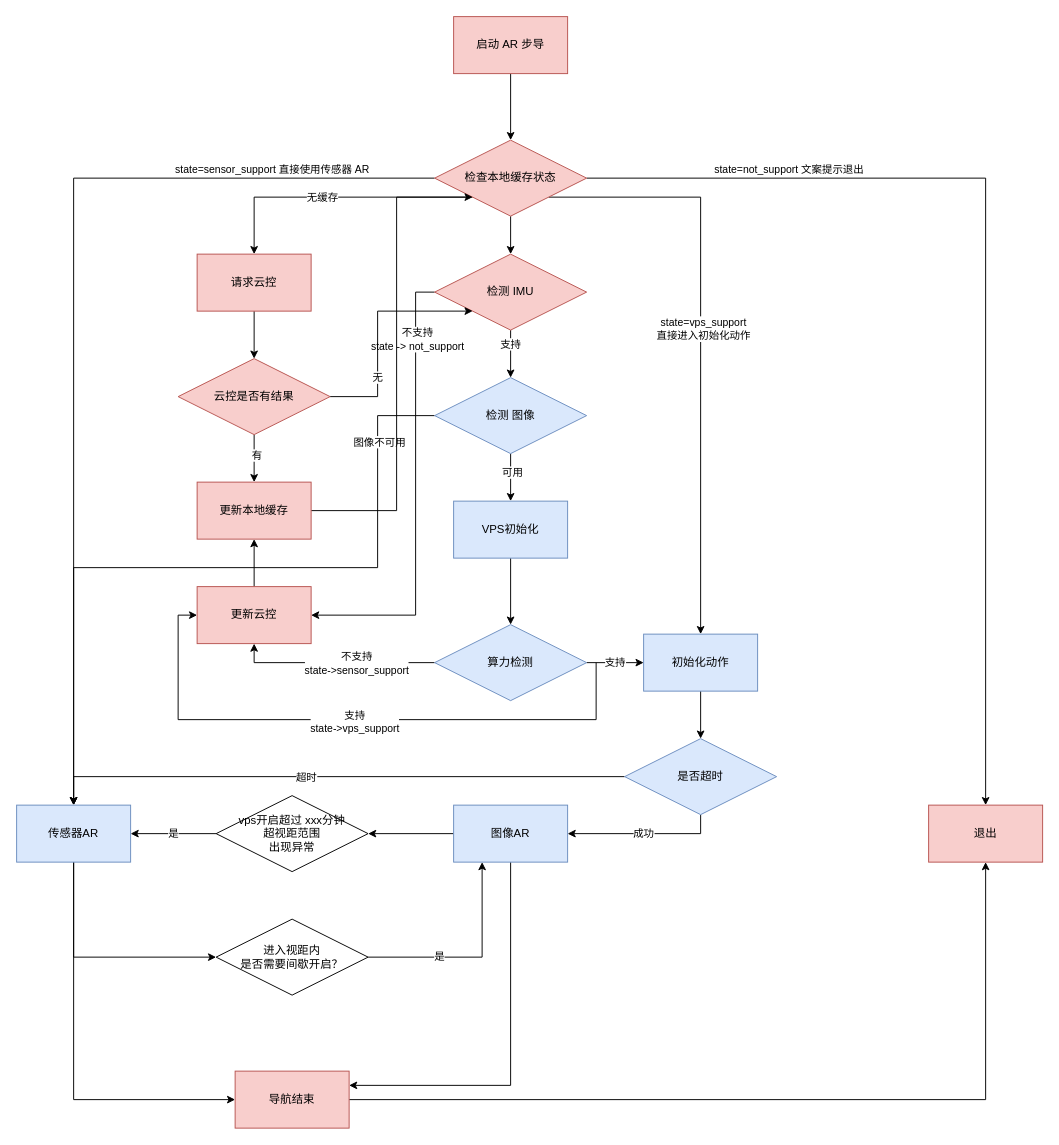
Before: page "Page-14" (14 of 14) of AR 客户端架构.drawio in wangziji/graphics, a draw.io diagram. Source tidied: cells renumbered, new cells numbered last; positions are measured from the earlier drawing's top-left corner, leaving out a move shared by most shapes. Both pictures are drawn from the tidied source at 95%, with x=0, y=0 at pixel (16, 16).
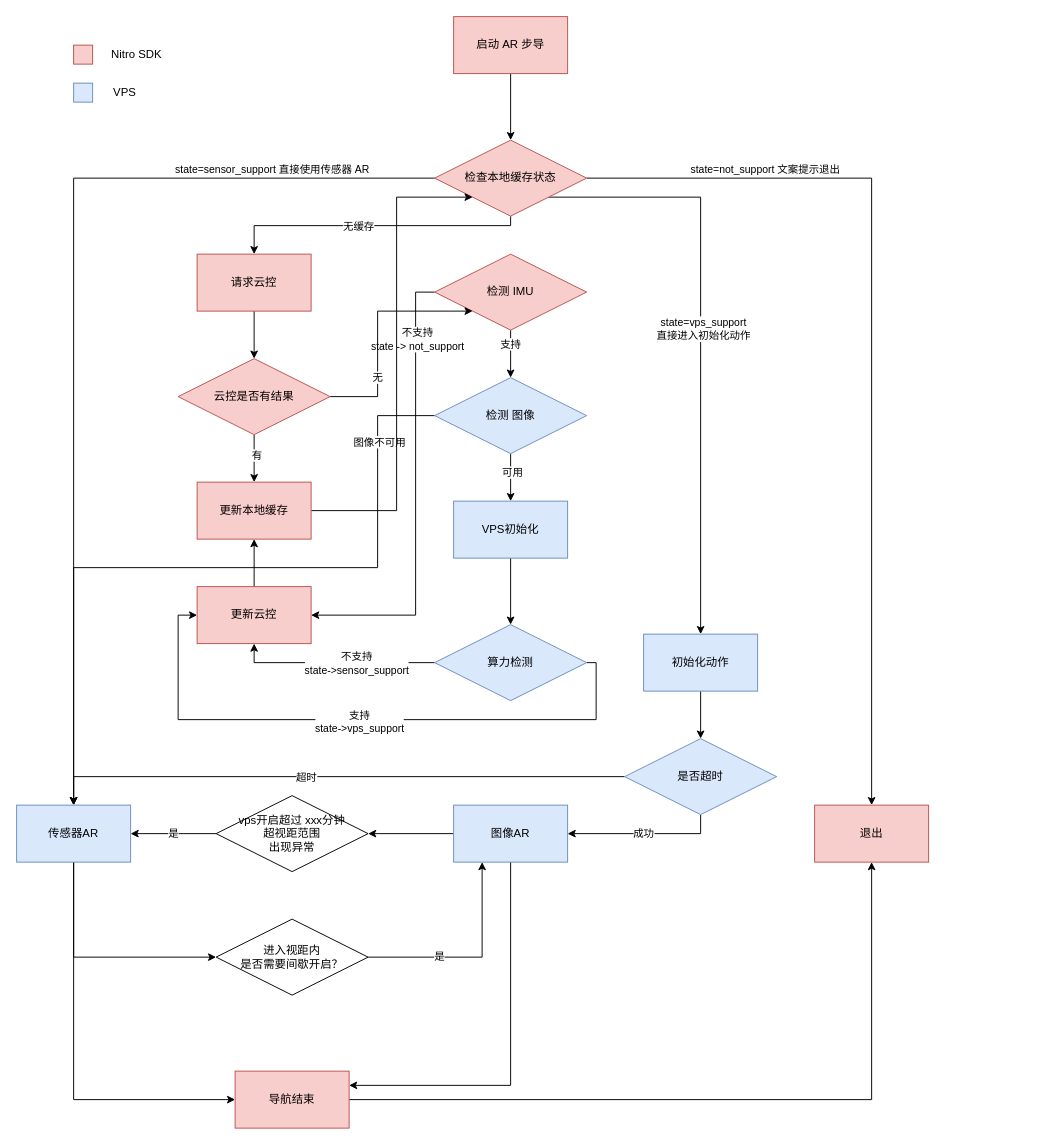
The same page after the edit.

Commit message:
Update AR 客户端架构.drawio

The change refers to these unchanged cells:
```xml
<mxCell id="13" value="检查本地缓存状态" style="rhombus;whiteSpace=wrap;html=1;fillColor=#f8cecc;strokeColor=#b85450;" parent="1" vertex="1">
  <mxGeometry x="440" y="130" width="160" height="80" as="geometry" />
</mxCell>
<mxCell id="18" value="检测 IMU" style="rhombus;whiteSpace=wrap;html=1;fillColor=#f8cecc;strokeColor=#b85450;" parent="1" vertex="1">
  <mxGeometry x="440" y="250" width="160" height="80" as="geometry" />
</mxCell>
<mxCell id="32" value="请求云控" style="rounded=0;whiteSpace=wrap;html=1;fillColor=#f8cecc;strokeColor=#b85450;" parent="1" vertex="1">
  <mxGeometry x="190" y="250" width="120" height="60" as="geometry" />
</mxCell>
<mxCell id="39" value="更新本地缓存" style="rounded=0;whiteSpace=wrap;html=1;fillColor=#f8cecc;strokeColor=#b85450;" parent="1" vertex="1">
  <mxGeometry x="190" y="490" width="120" height="60" as="geometry" />
</mxCell>
<mxCell id="41" value="更新云控" style="rounded=0;whiteSpace=wrap;html=1;fillColor=#f8cecc;strokeColor=#b85450;" parent="1" vertex="1">
  <mxGeometry x="190" y="600" width="120" height="60" as="geometry" />
</mxCell>
<mxCell id="49" value="算力检测" style="rhombus;whiteSpace=wrap;html=1;fillColor=#dae8fc;strokeColor=#6c8ebf;" parent="1" vertex="1">
  <mxGeometry x="440" y="640" width="160" height="80" as="geometry" />
</mxCell>
<mxCell id="51" value="初始化动作" style="rounded=0;whiteSpace=wrap;html=1;fillColor=#dae8fc;strokeColor=#6c8ebf;" parent="1" vertex="1">
  <mxGeometry x="660" y="650" width="120" height="60" as="geometry" />
</mxCell>
```

The edit, as a diff of the source:
```diff
@@
-    <mxCell id="8" style="edgeStyle=orthogonalEdgeStyle;rounded=0;jettySize=auto;html=1;exitX=0;exitY=1;exitDx=0;exitDy=0;entryX=0.5;entryY=0;entryDx=0;entryDy=0;" parent="1" edge="1" source="13" target="32">
-      <mxGeometry relative="1" as="geometry" />
+    <mxCell id="8" style="edgeStyle=orthogonalEdgeStyle;rounded=0;jettySize=auto;html=1;exitX=0.5;exitY=1;exitDx=0;exitDy=0;entryX=0.5;entryY=0;entryDx=0;entryDy=0;" parent="1" edge="1" source="13" target="32">
+      <mxGeometry relative="1" as="geometry">
+        <Array as="points">
+          <mxPoint x="520" y="220" />
+          <mxPoint x="250" y="220" />
+        </Array>
+      </mxGeometry>
     </mxCell>
@@
-    <mxCell id="10" style="edgeStyle=orthogonalEdgeStyle;rounded=0;jettySize=auto;html=1;" parent="1" edge="1" source="13" target="18">
-      <mxGeometry relative="1" as="geometry" />
-    </mxCell>
@@
     <mxCell id="24" value="退出" style="rounded=0;whiteSpace=wrap;html=1;fillColor=#f8cecc;strokeColor=#b85450;" parent="1" vertex="1">
-      <mxGeometry x="960" y="830" width="120" height="60" as="geometry" />
+      <mxGeometry x="840" y="830" width="120" height="60" as="geometry" />
     </mxCell>
@@
-    <mxCell id="38" style="edgeStyle=orthogonalEdgeStyle;rounded=0;jettySize=auto;html=1;exitX=1;exitY=0.5;exitDx=0;exitDy=0;" parent="1" edge="1" source="39">
+    <mxCell id="38" style="edgeStyle=orthogonalEdgeStyle;rounded=0;jettySize=auto;html=1;exitX=1;exitY=0.5;exitDx=0;exitDy=0;entryX=0;entryY=1;entryDx=0;entryDy=0;" parent="1" edge="1" source="39" target="13">
       <mxGeometry relative="1" as="geometry">
-        <mxPoint x="480" y="190" as="targetPoint" />
         <Array as="points">
           <mxPoint x="400" y="520" />
           <mxPoint x="400" y="190" />
         </Array>
       </mxGeometry>
     </mxCell>
@@
-    <mxCell id="46" style="edgeStyle=orthogonalEdgeStyle;rounded=0;jettySize=auto;html=1;entryX=0;entryY=0.5;entryDx=0;entryDy=0;" parent="1" edge="1" target="41">
+    <mxCell id="46" style="edgeStyle=orthogonalEdgeStyle;rounded=0;jettySize=auto;html=1;entryX=0;entryY=0.5;entryDx=0;entryDy=0;exitX=1;exitY=0.5;exitDx=0;exitDy=0;" parent="1" edge="1" source="49" target="41">
       <mxGeometry relative="1" as="geometry">
-        <mxPoint x="610" y="680" as="sourcePoint" />
         <Array as="points">
+          <mxPoint x="610" y="680" />
           <mxPoint x="610" y="740" />
           <mxPoint x="170" y="740" />
           <mxPoint x="170" y="630" />
         </Array>
       </mxGeometry>
     </mxCell>
@@
-    <mxCell id="48" value="支持" style="edgeStyle=orthogonalEdgeStyle;rounded=0;jettySize=auto;html=1;exitX=1;exitY=0.5;exitDx=0;exitDy=0;entryX=0;entryY=0.5;entryDx=0;entryDy=0;" parent="1" edge="1" source="49" target="51">
-      <mxGeometry relative="1" as="geometry" />
-    </mxCell>
@@
+    <mxCell id="63" style="group;" parent="1" vertex="1">
+      <mxGeometry x="60" y="30" width="101" height="20" as="geometry" />
+    </mxCell>
+    <mxCell id="64" style="rounded=0;whiteSpace=wrap;html=1;fillColor=#f8cecc;strokeColor=#b85450;" parent="63" vertex="1">
+      <mxGeometry width="20" height="20" as="geometry" />
+    </mxCell>
+    <mxCell id="65" value="Nitro SDK" style="text;html=1;align=center;verticalAlign=middle;" parent="63" vertex="1">
+      <mxGeometry x="31" width="70" height="20" as="geometry" />
+    </mxCell>
+    <mxCell id="66" style="group;" parent="1" vertex="1">
+      <mxGeometry x="60" y="70" width="101" height="20" as="geometry" />
+    </mxCell>
+    <mxCell id="67" style="rounded=0;whiteSpace=wrap;html=1;fillColor=#dae8fc;strokeColor=#6c8ebf;" parent="66" vertex="1">
+      <mxGeometry width="20" height="20" as="geometry" />
+    </mxCell>
+    <mxCell id="68" value="VPS" style="text;html=1;align=left;verticalAlign=middle;" parent="66" vertex="1">
+      <mxGeometry x="40" width="40" height="20" as="geometry" />
+    </mxCell>
```
